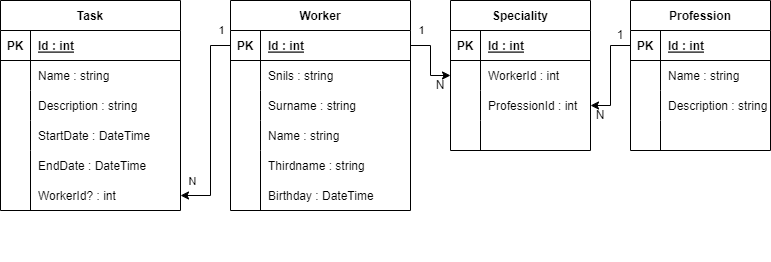
Above: DatabaseSchema.png in yaenabofu/test-task-p2 (draw.io), before the change. Source tidied: cells renumbered, new cells last; positions are measured from the earlier drawing's top-left corner, leaving out a move shared by most shapes.
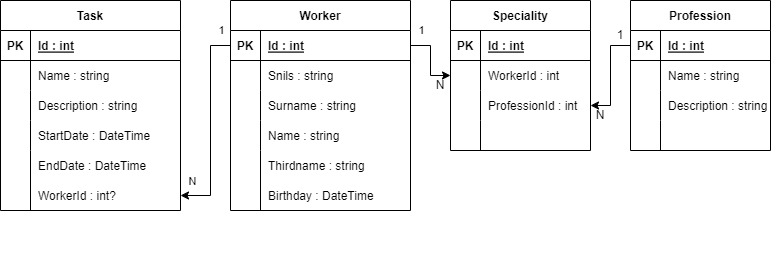
Later version of the same file.

Commit message:
Update image of database schema

The edit, as a diff of the source:
```diff
@@ -66,7 +66,7 @@
     <mxCell id="18" value="EndDate : DateTime" style="shape=partialRectangle;fillColor=none;top=0;left=0;bottom=0;right=0;align=left;spacingLeft=6;overflow=hidden;" parent="1" vertex="1">
       <mxGeometry x="30" y="150" width="150" height="30" as="geometry" />
     </mxCell>
-    <mxCell id="19" value="WorkerId? : int" style="shape=partialRectangle;fillColor=none;top=0;left=0;bottom=0;right=0;align=left;spacingLeft=6;overflow=hidden;" parent="1" vertex="1">
+    <mxCell id="19" value="WorkerId : int?" style="shape=partialRectangle;fillColor=none;top=0;left=0;bottom=0;right=0;align=left;spacingLeft=6;overflow=hidden;" parent="1" vertex="1">
       <mxGeometry x="30" y="180" width="150" height="30" as="geometry" />
     </mxCell>
     <mxCell id="20" style="endArrow=none;html=1;rounded=0;" parent="1" edge="1">
```
